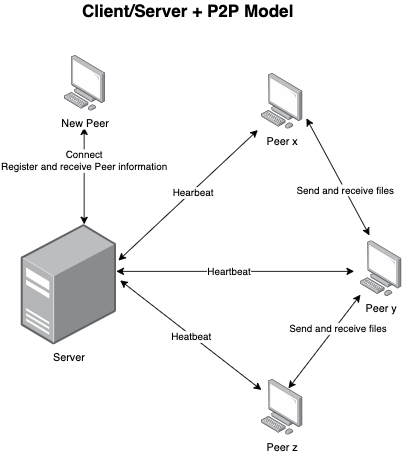
Earlier version of the draw.io export images/FileShare-P2P.png (ChrisAHolland/FileShare). Source tidied: cells renumbered, new cells last; positions are measured from the earlier drawing's top-left corner, leaving out a move shared by most shapes.
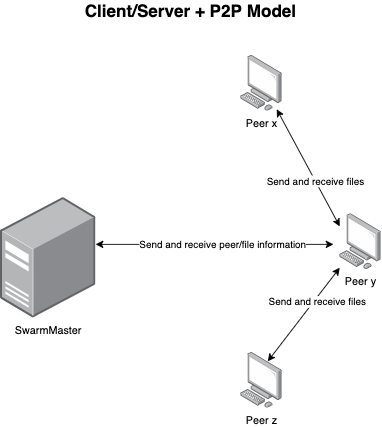
After the change.

Change to the diagram source:
```diff
@@ -2,11 +2,14 @@
   <root>
     <mxCell id="0" />
     <mxCell id="1" parent="0" />
+    <mxCell id="19" value="&lt;b&gt;&lt;font style=&quot;font-size: 19px&quot;&gt;Client/Server + P2P Model&lt;/font&gt;&lt;/b&gt;" style="text;html=1;align=center;verticalAlign=middle;" parent="1" vertex="1">
+      <mxGeometry x="86.3" y="30" width="250" height="20" as="geometry" />
+    </mxCell>
-    <mxCell id="2" value="Server" style="points=[];html=1;align=center;shadow=0;dashed=0;image;image=img/lib/allied_telesis/computer_and_terminals/Server_Desktop.svg;" parent="1" vertex="1">
+    <mxCell id="2" value="SwarmMaster" style="points=[];html=1;align=center;shadow=0;dashed=0;image;image=img/lib/allied_telesis/computer_and_terminals/Server_Desktop.svg;" parent="1" vertex="1">
       <mxGeometry y="247.8" width="105.7" height="134" as="geometry" />
     </mxCell>
     <mxCell id="3" value="Peer x" style="points=[];html=1;align=center;shadow=0;dashed=0;image;image=img/lib/allied_telesis/computer_and_terminals/Personal_Computer.svg;" parent="1" vertex="1">
-      <mxGeometry x="267" y="80" width="45.6" height="61.8" as="geometry" />
+      <mxGeometry x="267" y="90" width="45.6" height="61.8" as="geometry" />
     </mxCell>
     <mxCell id="4" value="Peer y" style="points=[];html=1;align=center;shadow=0;dashed=0;image;image=img/lib/allied_telesis/computer_and_terminals/Personal_Computer.svg;" parent="1" vertex="1">
       <mxGeometry x="377" y="265.9" width="45.6" height="61.8" as="geometry" />
@@ -14,19 +17,10 @@
     <mxCell id="5" value="Peer z" style="html=1;align=center;shadow=0;dashed=0;image;image=img/lib/allied_telesis/computer_and_terminals/Personal_Computer.svg;" parent="1" vertex="1">
       <mxGeometry x="267" y="420" width="45.6" height="61.8" as="geometry" />
     </mxCell>
-    <mxCell id="6" style="endArrow=classic;startArrow=classic;html=1;" parent="1" edge="1">
-      <mxGeometry relative="1" as="geometry">
-        <mxPoint x="70" y="247.8" as="sourcePoint" />
-        <mxPoint x="70" y="140" as="targetPoint" />
-      </mxGeometry>
-    </mxCell>
-    <mxCell id="7" value="Connect&lt;br&gt;Register and receive Peer information" style="edgeLabel;html=1;align=center;verticalAlign=middle;" parent="6" vertex="1">
-      <mxGeometry x="0.32" y="1" relative="1" as="geometry" />
-    </mxCell>
     <mxCell id="8" style="endArrow=classic;startArrow=classic;html=1;" parent="1" edge="1">
       <mxGeometry relative="1" as="geometry">
-        <mxPoint x="317" y="130" as="sourcePoint" />
-        <mxPoint x="387" y="260" as="targetPoint" />
+        <mxPoint x="307" y="150" as="sourcePoint" />
+        <mxPoint x="377" y="280" as="targetPoint" />
       </mxGeometry>
     </mxCell>
     <mxCell id="9" value="Send and receive files" style="edgeLabel;html=1;align=center;verticalAlign=middle;" parent="8" vertex="1">
@@ -40,35 +34,14 @@
     <mxCell id="11" value="Send and receive files" style="edgeLabel;html=1;align=center;verticalAlign=middle;" parent="10" vertex="1">
       <mxGeometry x="0.31" y="-2" relative="1" as="geometry" />
     </mxCell>
-    <mxCell id="12" value="New Peer" style="html=1;align=center;shadow=0;dashed=0;image;image=img/lib/allied_telesis/computer_and_terminals/Personal_Computer.svg;" parent="1" vertex="1">
-      <mxGeometry x="48" y="60" width="45.6" height="61.8" as="geometry" />
-    </mxCell>
-    <mxCell id="13" style="endArrow=classic;startArrow=classic;html=1;entryX=-0.088;entryY=1.019;entryDx=0;entryDy=0;entryPerimeter=0;exitX=1.022;exitY=0.3;exitDx=0;exitDy=0;exitPerimeter=0;" parent="1" edge="1" source="2" target="3">
-      <mxGeometry relative="1" as="geometry" />
-    </mxCell>
-    <mxCell id="14" value="Hearbeat" style="edgeLabel;html=1;align=center;verticalAlign=middle;" parent="13" vertex="1">
-      <mxGeometry x="0.05" y="-1" relative="1" as="geometry" />
-    </mxCell>
     <mxCell id="15" style="endArrow=classic;startArrow=classic;html=1;" parent="1" edge="1">
       <mxGeometry relative="1" as="geometry">
         <mxPoint x="105.7" y="300" as="sourcePoint" />
         <mxPoint x="370" y="300" as="targetPoint" />
       </mxGeometry>
     </mxCell>
-    <mxCell id="16" value="Heartbeat" style="edgeLabel;html=1;align=center;verticalAlign=middle;" parent="15" vertex="1">
-      <mxGeometry x="-0.05" relative="1" as="geometry" />
-    </mxCell>
-    <mxCell id="17" style="endArrow=classic;startArrow=classic;html=1;" parent="1" edge="1">
-      <mxGeometry relative="1" as="geometry">
-        <mxPoint x="110" y="310" as="sourcePoint" />
-        <mxPoint x="267" y="431.8" as="targetPoint" />
-      </mxGeometry>
-    </mxCell>
-    <mxCell id="18" value="Heatbeat" style="edgeLabel;html=1;align=center;verticalAlign=middle;" parent="17" vertex="1">
-      <mxGeometry y="-1" relative="1" as="geometry" />
-    </mxCell>
-    <mxCell id="19" value="&lt;b&gt;&lt;font style=&quot;font-size: 19px&quot;&gt;Client/Server + P2P Model&lt;/font&gt;&lt;/b&gt;" style="text;html=1;align=center;verticalAlign=middle;" parent="1" vertex="1">
-      <mxGeometry x="60" width="250" height="20" as="geometry" />
-    </mxCell>
+    <mxCell id="20" value="Send and receive peer/file information" style="edgeLabel;html=1;align=center;verticalAlign=middle;" parent="15" vertex="1">
+      <mxGeometry x="0.07" y="1" relative="1" as="geometry" />
+    </mxCell>
   </root>
 </mxGraphModel>
```
